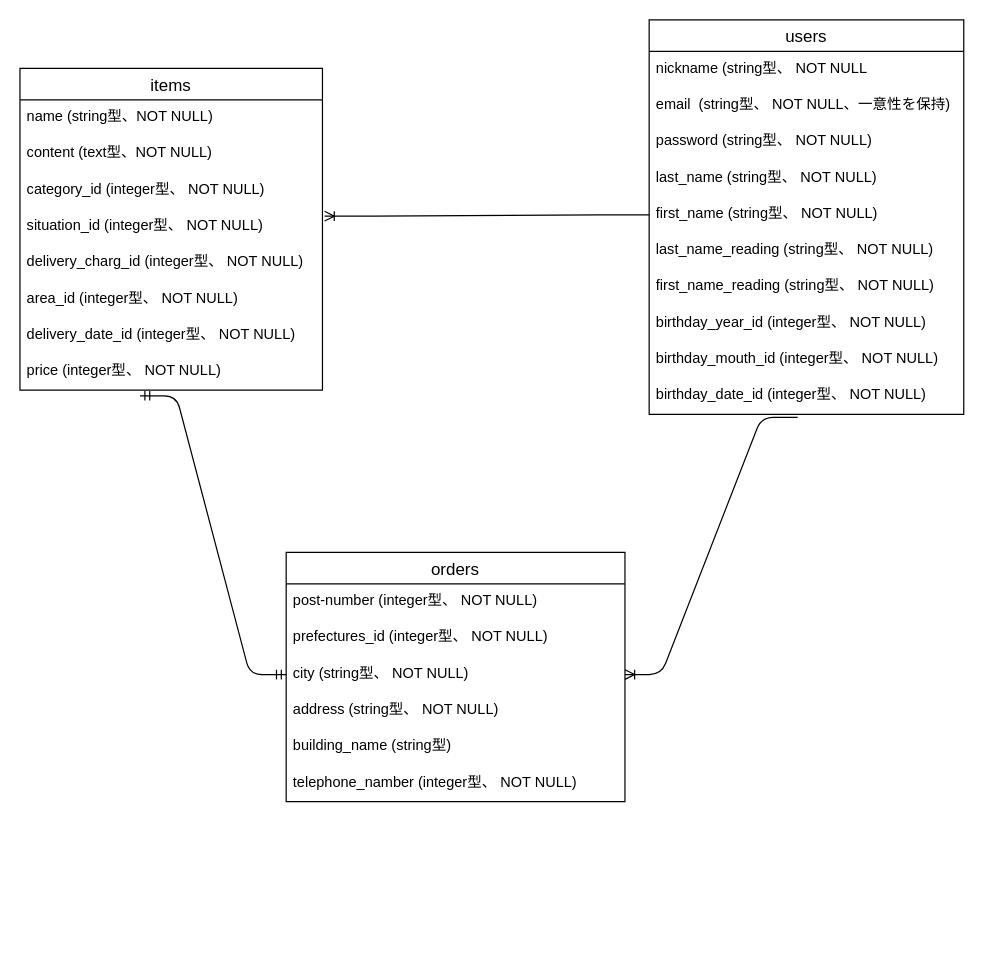
The draw.io diagram furima.dio in yuto1108/furima-37946, before the edit. Source tidied: cells renumbered, new cells numbered last; positions are measured from the earlier drawing's top-left corner, leaving out a move shared by most shapes. Both pictures are drawn from the tidied source at 121%, with x=0, y=0 at pixel (19, 19).
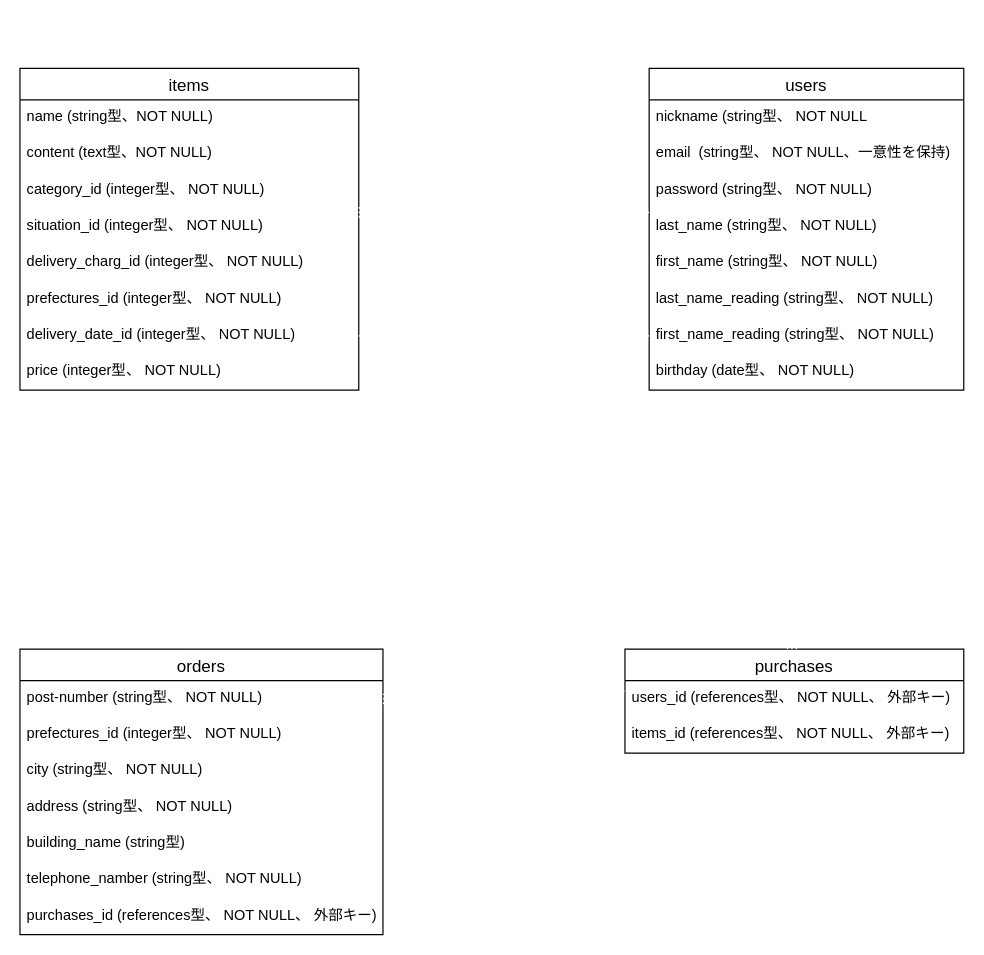
The same diagram, later.

Commit message (it also covers changes not shown here):
データーベース設計　直し２回目

The change refers to these unchanged cells:
```xml
<mxCell id="16" value="first_name (string型、 NOT NULL)" style="text;strokeColor=none;fillColor=none;spacingLeft=4;spacingRight=4;overflow=hidden;points=[[0,0.5],[1,0.5]];portConstraint=eastwest;fontSize=12;" parent="11" vertex="1">
  <mxGeometry y="146" width="260" height="30" as="geometry" />
</mxCell>
<mxCell id="18" value="first_name_reading (string型、 NOT NULL)" style="text;strokeColor=none;fillColor=none;spacingLeft=4;spacingRight=4;overflow=hidden;points=[[0,0.5],[1,0.5]];portConstraint=eastwest;fontSize=12;" parent="11" vertex="1">
  <mxGeometry y="206" width="260" height="30" as="geometry" />
</mxCell>
```

What changed in the source:
```diff
@@
     <mxCell id="2" value="items" style="swimlane;fontStyle=0;horizontal=1;startSize=26;align=center;fontSize=14;" parent="1" vertex="1">
-      <mxGeometry y="40" width="250" height="266" as="geometry" />
+      <mxGeometry y="40" width="280" height="266" as="geometry" />
     </mxCell>
     <mxCell id="3" value="name (string型、NOT NULL)" style="text;strokeColor=none;fillColor=none;spacingLeft=4;spacingRight=4;overflow=hidden;fontSize=12;" parent="2" vertex="1">
-      <mxGeometry y="26" width="250" height="30" as="geometry" />
+      <mxGeometry y="26" width="280" height="30" as="geometry" />
     </mxCell>
     <mxCell id="4" value="content (text型、NOT NULL)" style="text;strokeColor=none;fillColor=none;spacingLeft=4;spacingRight=4;overflow=hidden;fontSize=12;" parent="2" vertex="1">
-      <mxGeometry y="56" width="250" height="30" as="geometry" />
+      <mxGeometry y="56" width="280" height="30" as="geometry" />
     </mxCell>
     <mxCell id="5" value="category_id (integer型、 NOT NULL)" style="text;strokeColor=none;fillColor=none;spacingLeft=4;spacingRight=4;overflow=hidden;fontSize=12;" parent="2" vertex="1">
-      <mxGeometry y="86" width="250" height="30" as="geometry" />
+      <mxGeometry y="86" width="280" height="30" as="geometry" />
     </mxCell>
     <mxCell id="6" value="situation_id (integer型、 NOT NULL)" style="text;strokeColor=none;fillColor=none;spacingLeft=4;spacingRight=4;overflow=hidden;points=[[0,0.5],[1,0.5]];portConstraint=eastwest;fontSize=12;" parent="2" vertex="1">
-      <mxGeometry y="116" width="250" height="30" as="geometry" />
+      <mxGeometry y="116" width="280" height="30" as="geometry" />
     </mxCell>
     <mxCell id="7" value="delivery_charg_id (integer型、 NOT NULL)" style="text;strokeColor=none;fillColor=none;spacingLeft=4;spacingRight=4;overflow=hidden;fontSize=12;" parent="2" vertex="1">
-      <mxGeometry y="146" width="250" height="30" as="geometry" />
+      <mxGeometry y="146" width="280" height="30" as="geometry" />
     </mxCell>
-    <mxCell id="8" value="area_id (integer型、 NOT NULL)" style="text;strokeColor=none;fillColor=none;spacingLeft=4;spacingRight=4;overflow=hidden;fontSize=12;" parent="2" vertex="1">
-      <mxGeometry y="176" width="250" height="30" as="geometry" />
+    <mxCell id="8" value="prefectures_id (integer型、 NOT NULL)" style="text;strokeColor=none;fillColor=none;spacingLeft=4;spacingRight=4;overflow=hidden;fontSize=12;" parent="2" vertex="1">
+      <mxGeometry y="176" width="280" height="30" as="geometry" />
     </mxCell>
     <mxCell id="9" value="delivery_date_id (integer型、 NOT NULL)" style="text;strokeColor=none;fillColor=none;spacingLeft=4;spacingRight=4;overflow=hidden;points=[[0,0.5],[1,0.5]];portConstraint=eastwest;fontSize=12;" parent="2" vertex="1">
-      <mxGeometry y="206" width="250" height="30" as="geometry" />
+      <mxGeometry y="206" width="280" height="30" as="geometry" />
     </mxCell>
     <mxCell id="10" value="price (integer型、 NOT NULL)" style="text;strokeColor=none;fillColor=none;spacingLeft=4;spacingRight=4;overflow=hidden;points=[[0,0.5],[1,0.5]];portConstraint=eastwest;fontSize=12;" parent="2" vertex="1">
-      <mxGeometry y="236" width="250" height="30" as="geometry" />
+      <mxGeometry y="236" width="280" height="30" as="geometry" />
     </mxCell>
     <mxCell id="11" value="users" style="swimlane;fontStyle=0;horizontal=1;startSize=26;align=center;fontSize=14;" parent="1" vertex="1">
-      <mxGeometry x="520" width="260" height="326" as="geometry" />
+      <mxGeometry x="520" y="40" width="260" height="266" as="geometry" />
     </mxCell>
@@
-    <mxCell id="19" value="birthday_year_id (integer型、 NOT NULL)" style="text;strokeColor=none;fillColor=none;spacingLeft=4;spacingRight=4;overflow=hidden;fontSize=12;" parent="11" vertex="1">
+    <mxCell id="19" value="birthday (date型、 NOT NULL)" style="text;strokeColor=none;fillColor=none;spacingLeft=4;spacingRight=4;overflow=hidden;fontSize=12;" parent="11" vertex="1">
       <mxGeometry y="236" width="260" height="30" as="geometry" />
     </mxCell>
-    <mxCell id="20" value="birthday_mouth_id (integer型、 NOT NULL)" style="text;strokeColor=none;fillColor=none;spacingLeft=4;spacingRight=4;overflow=hidden;fontSize=12;" parent="11" vertex="1">
-      <mxGeometry y="266" width="260" height="30" as="geometry" />
-    </mxCell>
-    <mxCell id="21" value="birthday_date_id (integer型、 NOT NULL)" style="text;strokeColor=none;fillColor=none;spacingLeft=4;spacingRight=4;overflow=hidden;points=[[0,0.5],[1,0.5]];portConstraint=eastwest;fontSize=12;" parent="11" vertex="1">
-      <mxGeometry y="296" width="260" height="30" as="geometry" />
-    </mxCell>
     <mxCell id="22" value="orders" style="swimlane;fontStyle=0;horizontal=1;startSize=26;align=center;fontSize=14;" parent="1" vertex="1">
-      <mxGeometry x="220" y="440" width="280" height="206" as="geometry" />
+      <mxGeometry y="520" width="300" height="236" as="geometry" />
     </mxCell>
-    <mxCell id="23" value="post-number (integer型、 NOT NULL)&#10;" style="text;strokeColor=none;fillColor=none;spacingLeft=4;spacingRight=4;overflow=hidden;points=[[0,0.5],[1,0.5]];portConstraint=eastwest;fontSize=12;" parent="22" vertex="1">
-      <mxGeometry y="26" width="280" height="30" as="geometry" />
+    <mxCell id="23" value="post-number (string型、 NOT NULL)&#10;" style="text;strokeColor=none;fillColor=none;spacingLeft=4;spacingRight=4;overflow=hidden;points=[[0,0.5],[1,0.5]];portConstraint=eastwest;fontSize=12;" parent="22" vertex="1">
+      <mxGeometry y="26" width="300" height="30" as="geometry" />
     </mxCell>
     <mxCell id="24" value="prefectures_id (integer型、 NOT NULL)" style="text;strokeColor=none;fillColor=none;spacingLeft=4;spacingRight=4;overflow=hidden;points=[[0,0.5],[1,0.5]];portConstraint=eastwest;fontSize=12;" parent="22" vertex="1">
-      <mxGeometry y="56" width="280" height="30" as="geometry" />
+      <mxGeometry y="56" width="300" height="30" as="geometry" />
     </mxCell>
     <mxCell id="25" value="city (string型、 NOT NULL)" style="text;strokeColor=none;fillColor=none;spacingLeft=4;spacingRight=4;overflow=hidden;points=[[0,0.5],[1,0.5]];portConstraint=eastwest;fontSize=12;" parent="22" vertex="1">
-      <mxGeometry y="86" width="280" height="30" as="geometry" />
+      <mxGeometry y="86" width="300" height="30" as="geometry" />
     </mxCell>
     <mxCell id="26" value="address (string型、 NOT NULL)" style="text;strokeColor=none;fillColor=none;spacingLeft=4;spacingRight=4;overflow=hidden;fontSize=12;" parent="22" vertex="1">
-      <mxGeometry y="116" width="280" height="30" as="geometry" />
+      <mxGeometry y="116" width="300" height="30" as="geometry" />
     </mxCell>
     <mxCell id="27" value="building_name (string型)" style="text;strokeColor=none;fillColor=none;spacingLeft=4;spacingRight=4;overflow=hidden;fontSize=12;" parent="22" vertex="1">
-      <mxGeometry y="146" width="280" height="30" as="geometry" />
+      <mxGeometry y="146" width="300" height="30" as="geometry" />
     </mxCell>
-    <mxCell id="28" value="telephone_namber (integer型、 NOT NULL)" style="text;strokeColor=none;fillColor=none;spacingLeft=4;spacingRight=4;overflow=hidden;fontSize=12;" parent="22" vertex="1">
-      <mxGeometry y="176" width="280" height="30" as="geometry" />
+    <mxCell id="28" value="telephone_namber (string型、 NOT NULL)" style="text;strokeColor=none;fillColor=none;spacingLeft=4;spacingRight=4;overflow=hidden;fontSize=12;" parent="22" vertex="1">
+      <mxGeometry y="176" width="300" height="30" as="geometry" />
     </mxCell>
-    <mxCell id="29" style="edgeStyle=entityRelationEdgeStyle;fontSize=12;html=1;endArrow=ERoneToMany;elbow=vertical;exitX=0;exitY=0.5;exitDx=0;exitDy=0;entryX=1.007;entryY=0.205;entryDx=0;entryDy=0;entryPerimeter=0;" parent="1" edge="1" source="16" target="6">
-      <mxGeometry relative="1" as="geometry" />
-    </mxCell>
-    <mxCell id="30" style="fontSize=12;html=1;endArrow=ERoneToMany;elbow=vertical;entryX=1;entryY=0.5;entryDx=0;entryDy=0;edgeStyle=entityRelationEdgeStyle;exitX=0.472;exitY=1.082;exitDx=0;exitDy=0;exitPerimeter=0;" parent="1" edge="1" source="21" target="25">
-      <mxGeometry relative="1" as="geometry" />
-    </mxCell>
-    <mxCell id="31" style="edgeStyle=entityRelationEdgeStyle;fontSize=12;html=1;endArrow=ERmandOne;startArrow=ERmandOne;elbow=vertical;exitX=0;exitY=0.5;exitDx=0;exitDy=0;entryX=0.397;entryY=1.153;entryDx=0;entryDy=0;entryPerimeter=0;" parent="1" edge="1" source="25" target="10">
-      <mxGeometry relative="1" as="geometry" />
-    </mxCell>
+    <mxCell id="32" value="purchases_id (references型、 NOT NULL、 外部キー)" style="text;strokeColor=none;fillColor=none;spacingLeft=4;spacingRight=4;overflow=hidden;fontSize=12;" parent="22" vertex="1">
+      <mxGeometry y="206" width="300" height="30" as="geometry" />
+    </mxCell>
+    <mxCell id="33" value="purchases" style="swimlane;fontStyle=0;horizontal=1;startSize=26;align=center;fontSize=14;" parent="1" vertex="1">
+      <mxGeometry x="500" y="520" width="280" height="86" as="geometry" />
+    </mxCell>
+    <mxCell id="34" value="users_id (references型、 NOT NULL、 外部キー)" style="text;strokeColor=none;fillColor=none;spacingLeft=4;spacingRight=4;overflow=hidden;points=[[0,0.5],[1,0.5]];portConstraint=eastwest;fontSize=12;" parent="33" vertex="1">
+      <mxGeometry y="26" width="280" height="30" as="geometry" />
+    </mxCell>
+    <mxCell id="35" value="items_id (references型、 NOT NULL、 外部キー)" style="text;strokeColor=none;fillColor=none;spacingLeft=4;spacingRight=4;overflow=hidden;points=[[0,0.5],[1,0.5]];portConstraint=eastwest;fontSize=12;" parent="33" vertex="1">
+      <mxGeometry y="56" width="280" height="30" as="geometry" />
+    </mxCell>
+    <mxCell id="36" style="edgeStyle=entityRelationEdgeStyle;fontSize=12;html=1;endArrow=ERmandOne;startArrow=ERmandOne;elbow=vertical;exitX=1;exitY=0.5;exitDx=0;exitDy=0;entryX=-0.001;entryY=0.293;entryDx=0;entryDy=0;entryPerimeter=0;fillColor=#d80073;strokeColor=#FFFFFF;" parent="1" edge="1" source="9" target="34">
+      <mxGeometry relative="1" as="geometry" />
+    </mxCell>
+    <mxCell id="37" style="edgeStyle=entityRelationEdgeStyle;fontSize=12;html=1;endArrow=ERoneToMany;startArrow=ERmandOne;strokeColor=#FFFFFF;elbow=vertical;exitX=0;exitY=0.5;exitDx=0;exitDy=0;entryX=1;entryY=0.5;entryDx=0;entryDy=0;" parent="1" edge="1" source="18" target="23">
+      <mxGeometry relative="1" as="geometry" />
+    </mxCell>
+    <mxCell id="38" style="fontSize=12;html=1;endArrow=ERoneToMany;startArrow=ERmandOne;strokeColor=#FFFFFF;elbow=vertical;" parent="1" edge="1">
+      <mxGeometry relative="1" as="geometry">
+        <mxPoint x="638" y="310" as="sourcePoint" />
+        <mxPoint x="638" y="520" as="targetPoint" />
+      </mxGeometry>
+    </mxCell>
+    <mxCell id="39" style="fontSize=12;html=1;endArrow=ERoneToMany;startArrow=ERmandOne;strokeColor=#FFFFFF;elbow=vertical;entryX=0.469;entryY=-0.004;entryDx=0;entryDy=0;entryPerimeter=0;" parent="1" edge="1" target="22">
+      <mxGeometry relative="1" as="geometry">
+        <mxPoint x="140" y="310" as="sourcePoint" />
+      </mxGeometry>
+    </mxCell>
+    <mxCell id="40" style="fontSize=12;html=1;endArrow=ERoneToMany;startArrow=ERmandOne;strokeColor=#FFFFFF;elbow=vertical;entryX=0.999;entryY=0.1;entryDx=0;entryDy=0;entryPerimeter=0;" parent="1" edge="1" target="6">
+      <mxGeometry relative="1" as="geometry">
+        <mxPoint x="520" y="159" as="sourcePoint" />
+      </mxGeometry>
+    </mxCell>
+    <mxCell id="41" style="edgeStyle=entityRelationEdgeStyle;fontSize=12;html=1;endArrow=ERmandOne;startArrow=ERmandOne;strokeColor=#FFFFFF;elbow=vertical;exitX=1.011;exitY=0.802;exitDx=0;exitDy=0;exitPerimeter=0;entryX=-0.012;entryY=0.767;entryDx=0;entryDy=0;entryPerimeter=0;" parent="1" edge="1" source="24" target="35">
+      <mxGeometry relative="1" as="geometry" />
+    </mxCell>
```
